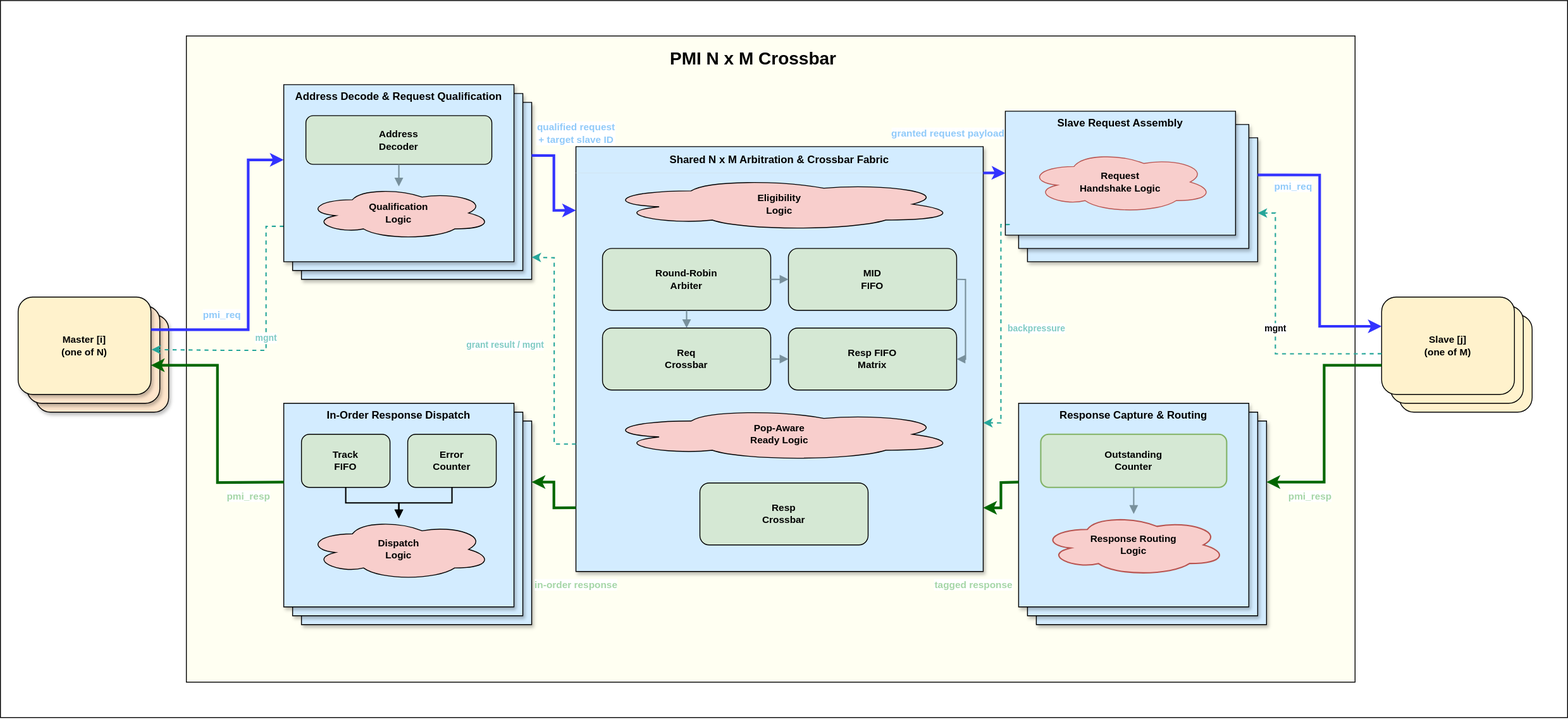
Earlier version of the draw.io export document/pmi_crossbar.svg (ADN-VLSI/adn_common). Source tidied: cells renumbered, new cells last; positions are measured from the earlier drawing's top-left corner, leaving out a move shared by most shapes.
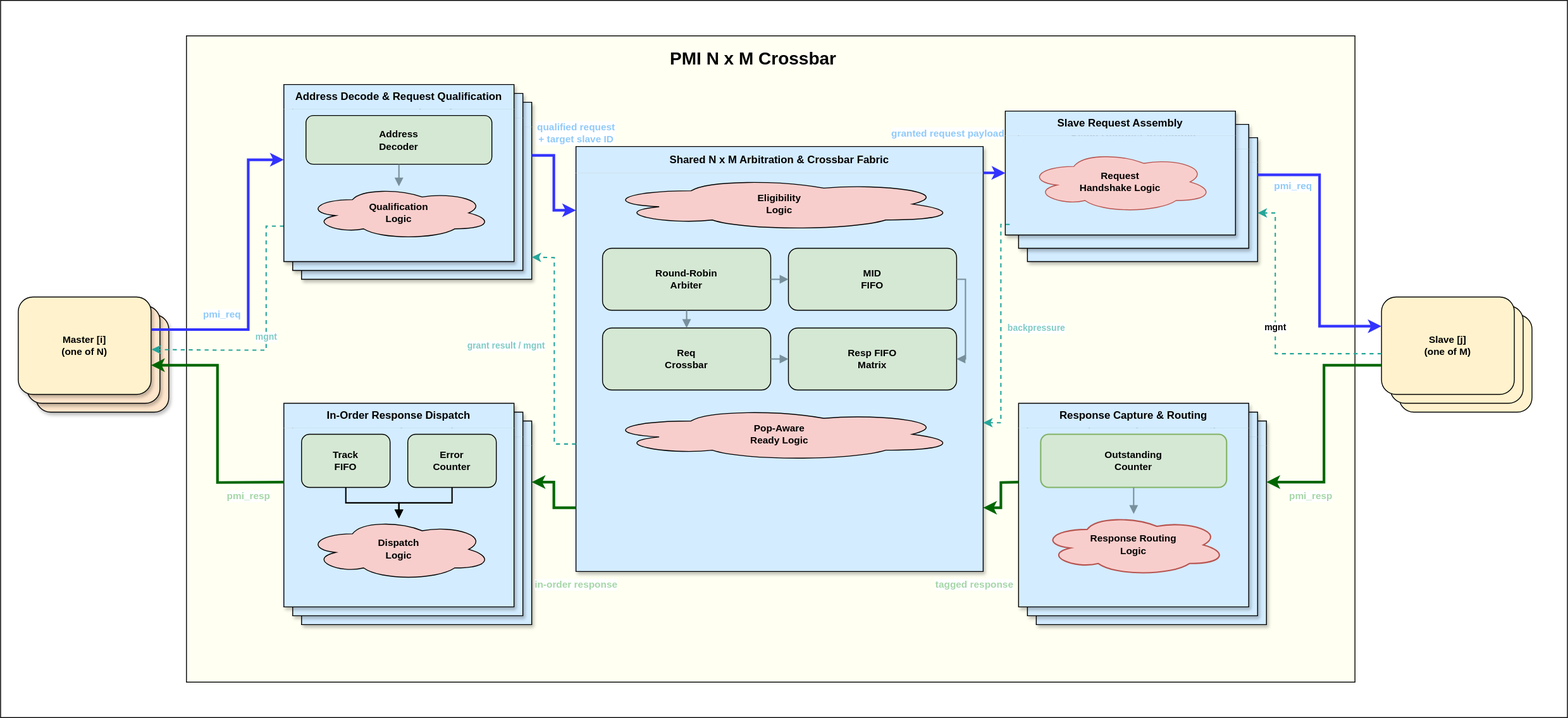
Above is the later version.

What changed in the source:
```diff
@@ -119,9 +119,6 @@
     <mxCell id="40" style="edgeStyle=orthogonalEdgeStyle;rounded=0;html=1;strokeColor=#78909C;strokeWidth=1.5;endArrow=block;exitX=0.5;exitY=0.5;entryX=0.5;entryY=0.5;" parent="30" edge="1" source="33" target="35">
       <mxGeometry relative="1" as="geometry" />
     </mxCell>
-    <mxCell id="41" value="Resp&lt;br&gt;Crossbar" style="rounded=1;whiteSpace=wrap;html=1;fillColor=#d5e8d4;strokeColor=#000000;fontStyle=1;fontSize=11;strokeWidth=1;" parent="30" vertex="1">
-      <mxGeometry x="140" y="380" width="190" height="70" as="geometry" />
-    </mxCell>
     <mxCell id="42" value="&lt;font style=&quot;color: rgb(0, 0, 0);&quot;&gt;Slave Request Assembly&lt;/font&gt;" style="swimlane;startSize=28;whiteSpace=wrap;html=1;fillColor=#D3ECFF;strokeColor=#000000;fontStyle=1;fontSize=12;fontColor=#FFE0B2;strokeWidth=1;swimlaneFillColor=#D3ECFF;swimlaneLine=0;glass=0;shadow=1;" parent="1" vertex="1">
       <mxGeometry x="1160" y="155" width="260" height="140" as="geometry" />
     </mxCell>
```
